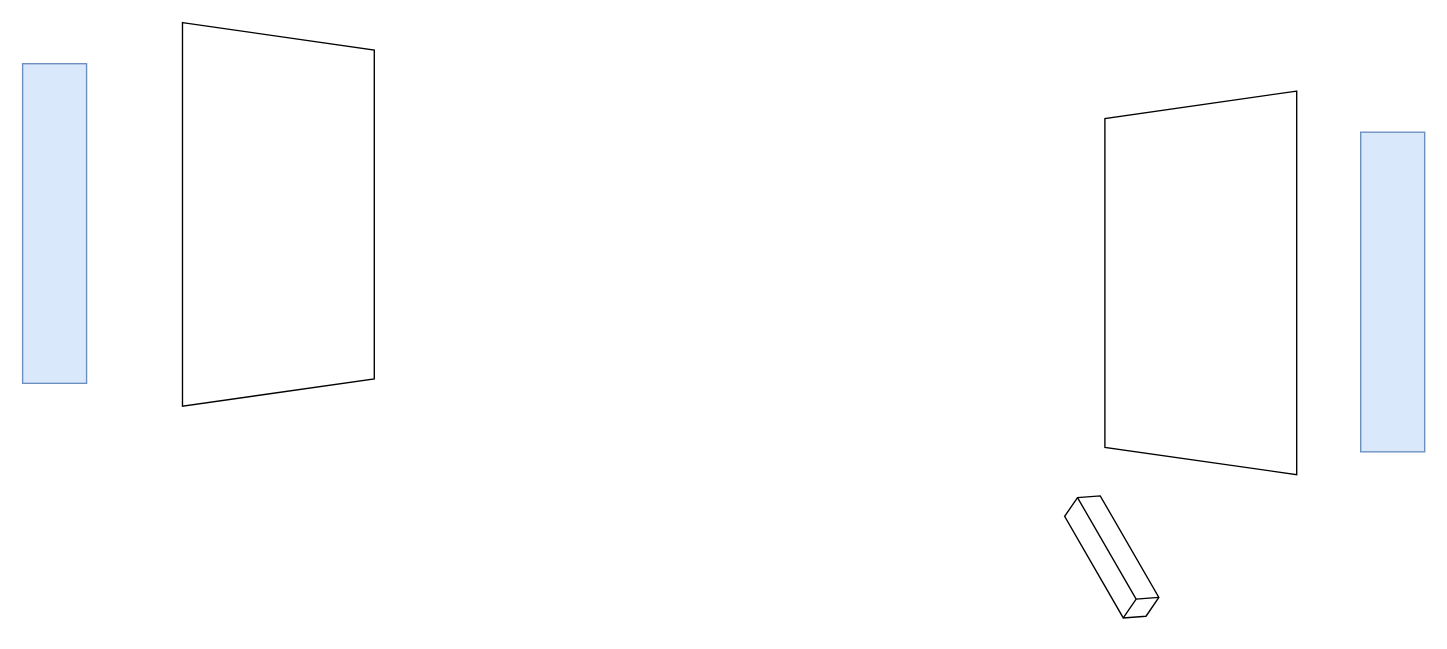
Earlier version of the draw.io diagram codebook.drawio (ZhangHaoyang493/pansharpening_codebook). Source tidied: cells renumbered, new cells numbered last; positions are measured from the earlier drawing's top-left corner, leaving out a move shared by most shapes. Both pictures are drawn from the tidied source at 137%, with x=0, y=0 at pixel (22, 22).
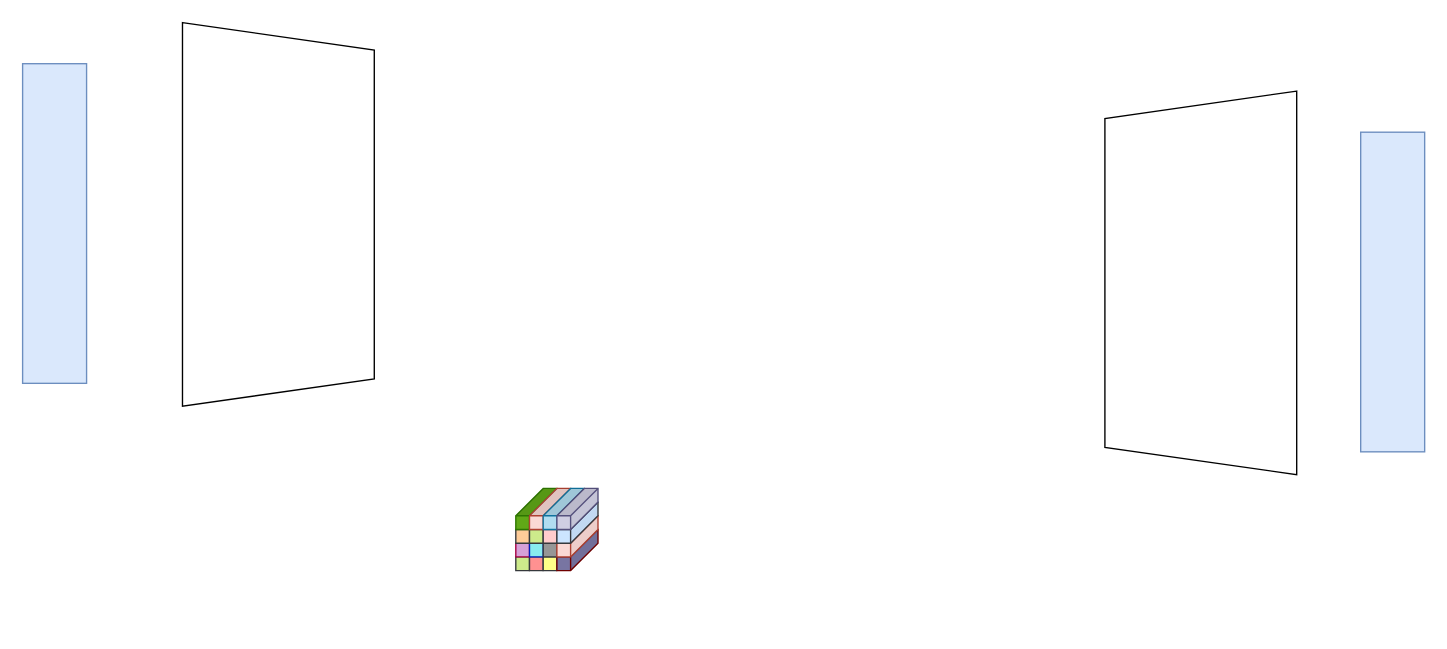
The same page after the edit.

The edit, as a diff of the source:
```diff
@@
-    <mxCell id="6" style="html=1;whiteSpace=wrap;shape=isoCube2;backgroundOutline=1;isoAngle=15;rotation=60;flipH=0;flipV=0;direction=south;" parent="1" vertex="1">
-      <mxGeometry x="745" y="375" width="100" height="30" as="geometry" />
-    </mxCell>
+    <mxCell id="7" style="shape=cube;whiteSpace=wrap;html=1;boundedLbl=1;backgroundOutline=1;darkOpacity=0.05;darkOpacity2=0.1;size=20;rotation=90;fillColor=#cdeb8b;strokeColor=#36393d;" parent="1" vertex="1">
+      <mxGeometry x="360" y="370" width="30" height="30" as="geometry" />
+    </mxCell>
+    <mxCell id="8" style="shape=cube;whiteSpace=wrap;html=1;boundedLbl=1;backgroundOutline=1;darkOpacity=0.05;darkOpacity2=0.1;size=20;rotation=90;fillColor=#FF9191;strokeColor=#36393d;" parent="1" vertex="1">
+      <mxGeometry x="370" y="370" width="30" height="30" as="geometry" />
+    </mxCell>
+    <mxCell id="9" style="shape=cube;whiteSpace=wrap;html=1;boundedLbl=1;backgroundOutline=1;darkOpacity=0.05;darkOpacity2=0.1;size=20;rotation=90;fillColor=#ffff88;strokeColor=#36393d;" parent="1" vertex="1">
+      <mxGeometry x="380" y="370" width="30" height="30" as="geometry" />
+    </mxCell>
+    <mxCell id="10" style="shape=cube;whiteSpace=wrap;html=1;boundedLbl=1;backgroundOutline=1;darkOpacity=0.05;darkOpacity2=0.1;size=20;rotation=90;fillColor=#7875A2;strokeColor=#6F0000;fontColor=#ffffff;" parent="1" vertex="1">
+      <mxGeometry x="390" y="370" width="30" height="30" as="geometry" />
+    </mxCell>
+    <mxCell id="11" style="shape=cube;whiteSpace=wrap;html=1;boundedLbl=1;backgroundOutline=1;darkOpacity=0.05;darkOpacity2=0.1;size=20;rotation=90;fillColor=#D6A0D8;strokeColor=#A50040;fontColor=#ffffff;" parent="1" vertex="1">
+      <mxGeometry x="360" y="360" width="30" height="30" as="geometry" />
+    </mxCell>
+    <mxCell id="12" style="shape=cube;whiteSpace=wrap;html=1;boundedLbl=1;backgroundOutline=1;darkOpacity=0.05;darkOpacity2=0.1;size=20;rotation=90;fillColor=#88ECEF;fontColor=#ffffff;strokeColor=#001DBC;" parent="1" vertex="1">
+      <mxGeometry x="370" y="360" width="30" height="30" as="geometry" />
+    </mxCell>
+    <mxCell id="13" style="shape=cube;whiteSpace=wrap;html=1;boundedLbl=1;backgroundOutline=1;darkOpacity=0.05;darkOpacity2=0.1;size=20;rotation=90;fillColor=#969696;strokeColor=#36393d;" parent="1" vertex="1">
+      <mxGeometry x="380" y="360" width="30" height="30" as="geometry" />
+    </mxCell>
+    <mxCell id="14" style="shape=cube;whiteSpace=wrap;html=1;boundedLbl=1;backgroundOutline=1;darkOpacity=0.05;darkOpacity2=0.1;size=20;rotation=90;fillColor=#fad9d5;strokeColor=#ae4132;" parent="1" vertex="1">
+      <mxGeometry x="390" y="360" width="30" height="30" as="geometry" />
+    </mxCell>
+    <mxCell id="15" style="shape=cube;whiteSpace=wrap;html=1;boundedLbl=1;backgroundOutline=1;darkOpacity=0.05;darkOpacity2=0.1;size=20;rotation=90;fillColor=#ffcc99;strokeColor=#36393d;" parent="1" vertex="1">
+      <mxGeometry x="360" y="350" width="30" height="30" as="geometry" />
+    </mxCell>
+    <mxCell id="16" style="shape=cube;whiteSpace=wrap;html=1;boundedLbl=1;backgroundOutline=1;darkOpacity=0.05;darkOpacity2=0.1;size=20;rotation=90;fillColor=#cdeb8b;strokeColor=#36393d;" parent="1" vertex="1">
+      <mxGeometry x="370" y="350" width="30" height="30" as="geometry" />
+    </mxCell>
+    <mxCell id="17" style="shape=cube;whiteSpace=wrap;html=1;boundedLbl=1;backgroundOutline=1;darkOpacity=0.05;darkOpacity2=0.1;size=20;rotation=90;fillColor=#ffcccc;strokeColor=#36393d;" parent="1" vertex="1">
+      <mxGeometry x="380" y="350" width="30" height="30" as="geometry" />
+    </mxCell>
+    <mxCell id="18" style="shape=cube;whiteSpace=wrap;html=1;boundedLbl=1;backgroundOutline=1;darkOpacity=0.05;darkOpacity2=0.1;size=20;rotation=90;fillColor=#cce5ff;strokeColor=#36393d;" parent="1" vertex="1">
+      <mxGeometry x="390" y="350" width="30" height="30" as="geometry" />
+    </mxCell>
+    <mxCell id="19" style="shape=cube;whiteSpace=wrap;html=1;boundedLbl=1;backgroundOutline=1;darkOpacity=0.05;darkOpacity2=0.1;size=20;rotation=90;fillColor=#60a917;fontColor=#ffffff;strokeColor=#2D7600;" parent="1" vertex="1">
+      <mxGeometry x="360" y="340" width="30" height="30" as="geometry" />
+    </mxCell>
+    <mxCell id="20" style="shape=cube;whiteSpace=wrap;html=1;boundedLbl=1;backgroundOutline=1;darkOpacity=0.05;darkOpacity2=0.1;size=20;rotation=90;fillColor=#fad9d5;strokeColor=#ae4132;" parent="1" vertex="1">
+      <mxGeometry x="370" y="340" width="30" height="30" as="geometry" />
+    </mxCell>
+    <mxCell id="21" style="shape=cube;whiteSpace=wrap;html=1;boundedLbl=1;backgroundOutline=1;darkOpacity=0.05;darkOpacity2=0.1;size=20;rotation=90;fillColor=#b1ddf0;strokeColor=#10739e;" parent="1" vertex="1">
+      <mxGeometry x="380" y="340" width="30" height="30" as="geometry" />
+    </mxCell>
+    <mxCell id="22" style="shape=cube;whiteSpace=wrap;html=1;boundedLbl=1;backgroundOutline=1;darkOpacity=0.05;darkOpacity2=0.1;size=20;rotation=90;fillColor=#d0cee2;strokeColor=#56517e;" parent="1" vertex="1">
+      <mxGeometry x="390" y="340" width="30" height="30" as="geometry" />
+    </mxCell>
```
